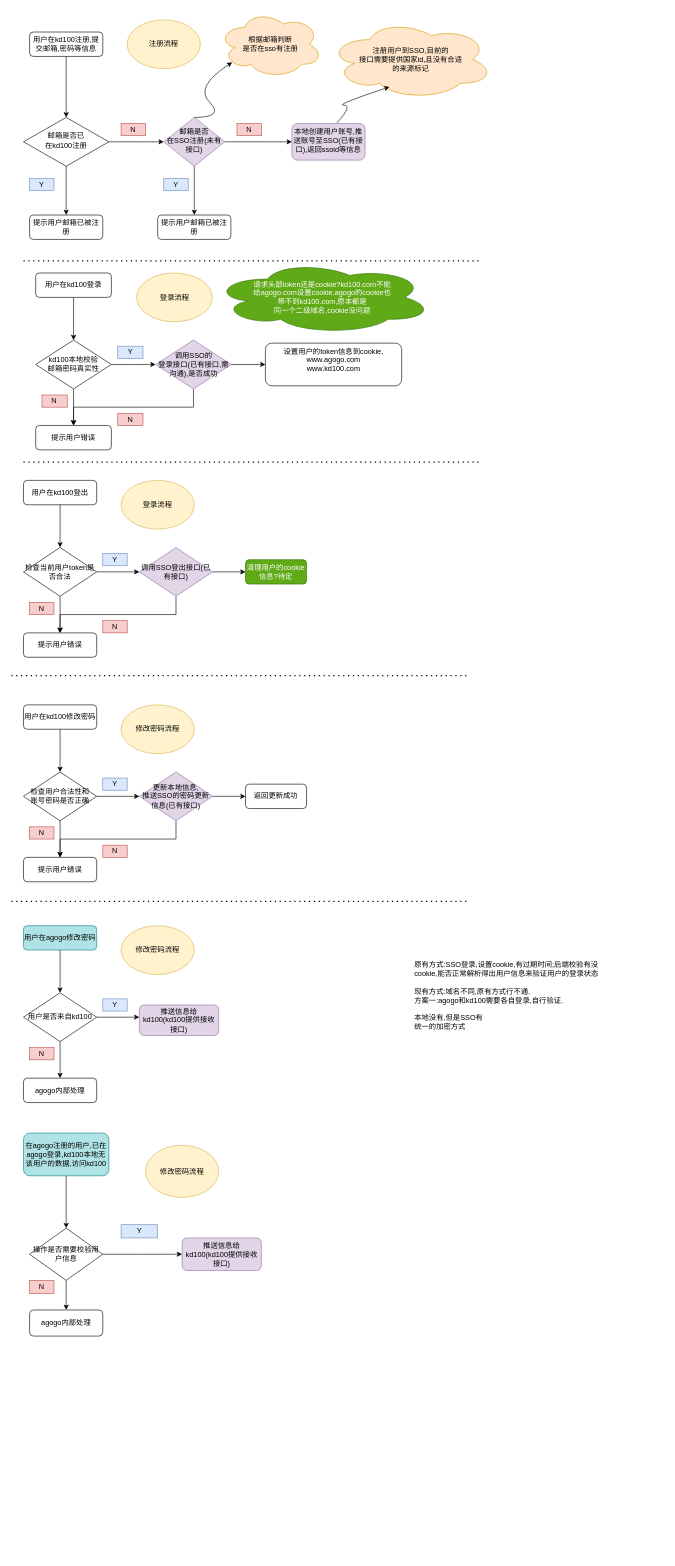
The draw.io diagram Untitled Diagram.drawio in KAKALZF/image, before the edit. Source tidied: cells renumbered, new cells numbered last; positions are measured from the earlier drawing's top-left corner, leaving out a move shared by most shapes. Both pictures are drawn from the tidied source at 61%, with x=0, y=0 at pixel (11, 10).
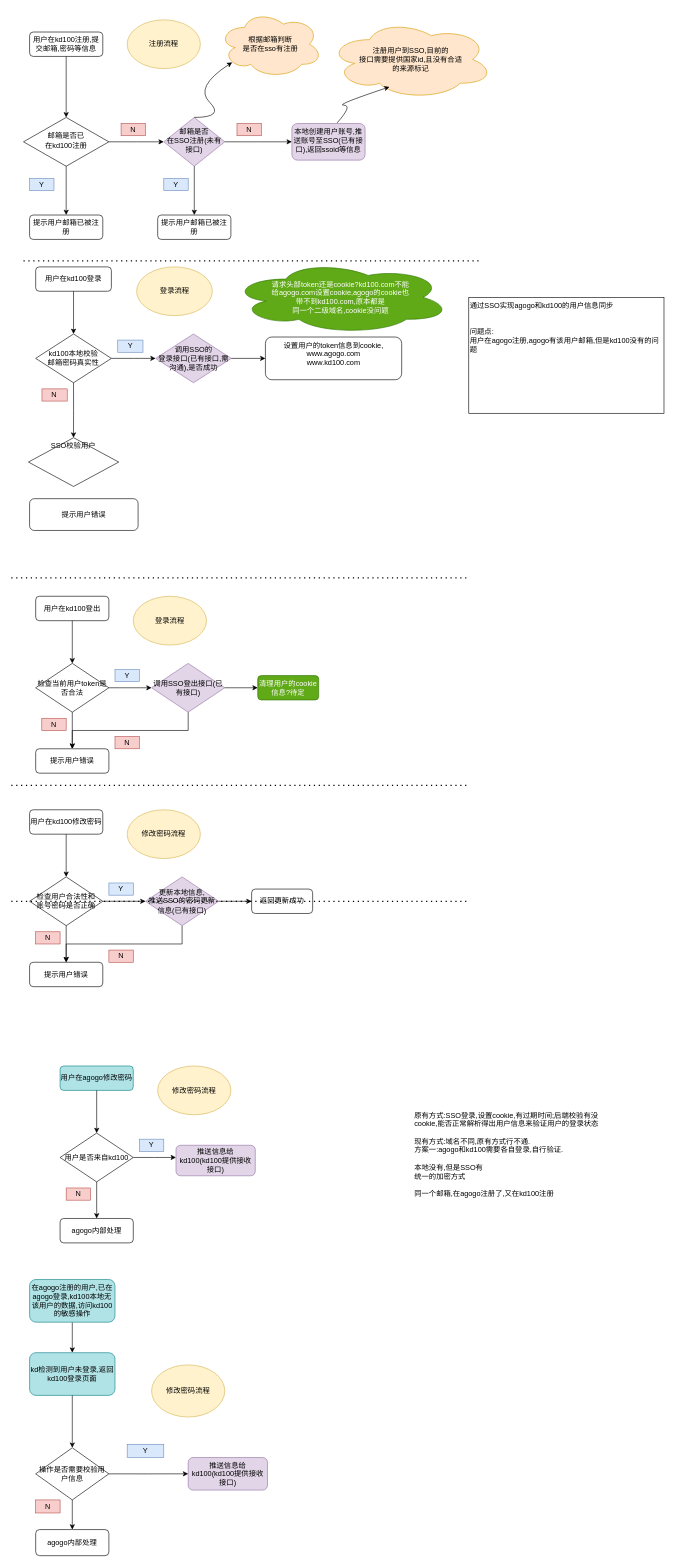
The same page after the edit.

The edit, as a diff of the source:
```diff
@@
-    <mxCell id="2" style="group;" parent="1" vertex="1">
-      <mxGeometry x="40" y="430" width="650" height="290" as="geometry" />
-    </mxCell>
-    <mxCell id="3" value="用户在kd100登录" style="rounded=1;whiteSpace=wrap;html=1;" parent="2" vertex="1">
-      <mxGeometry width="124.1" height="40" as="geometry" />
-    </mxCell>
-    <mxCell id="4" style="edgeStyle=orthogonalEdgeStyle;rounded=0;jettySize=auto;html=1;exitX=1;exitY=0.5;exitDx=0;exitDy=0;entryX=0;entryY=0.5;entryDx=0;entryDy=0;" parent="2" edge="1" source="5">
-      <mxGeometry relative="1" as="geometry">
-        <mxPoint x="196.6" y="150" as="targetPoint" />
-      </mxGeometry>
-    </mxCell>
-    <mxCell id="5" value="&lt;div&gt;kd100本地校验&lt;/div&gt;&lt;div&gt;邮箱密码真实性&lt;/div&gt;" style="rhombus;whiteSpace=wrap;html=1;" parent="2" vertex="1">
-      <mxGeometry y="110" width="124.1" height="80" as="geometry" />
-    </mxCell>
-    <mxCell id="6" style="edgeStyle=orthogonalEdgeStyle;rounded=0;jettySize=auto;html=1;exitX=0.5;exitY=1;exitDx=0;exitDy=0;entryX=0.5;entryY=0;entryDx=0;entryDy=0;" parent="2" edge="1" source="3" target="5">
-      <mxGeometry relative="1" as="geometry" />
-    </mxCell>
-    <mxCell id="7" value="提示用户错误" style="rounded=1;whiteSpace=wrap;html=1;" parent="2" vertex="1">
-      <mxGeometry y="250" width="124.1" height="40" as="geometry" />
-    </mxCell>
-    <mxCell id="8" style="edgeStyle=orthogonalEdgeStyle;rounded=0;jettySize=auto;html=1;exitX=0.5;exitY=1;exitDx=0;exitDy=0;entryX=0.5;entryY=0;entryDx=0;entryDy=0;" parent="2" edge="1" source="5" target="7">
-      <mxGeometry relative="1" as="geometry" />
-    </mxCell>
-    <mxCell id="9" value="N" style="text;html=1;strokeColor=#b85450;fillColor=#f8cecc;align=center;verticalAlign=middle;whiteSpace=wrap;rounded=0;" parent="2" vertex="1">
-      <mxGeometry x="10.3" y="200" width="41.4" height="20" as="geometry" />
-    </mxCell>
-    <mxCell id="10" value="Y" style="text;html=1;strokeColor=#6c8ebf;fillColor=#dae8fc;align=center;verticalAlign=middle;whiteSpace=wrap;rounded=0;" parent="2" vertex="1">
-      <mxGeometry x="134.5" y="120" width="41.4" height="20" as="geometry" />
-    </mxCell>
-    <mxCell id="11" style="edgeStyle=orthogonalEdgeStyle;rounded=0;jettySize=auto;html=1;exitX=0.5;exitY=1;exitDx=0;exitDy=0;entryX=0.5;entryY=0;entryDx=0;entryDy=0;" parent="2" edge="1" source="12" target="7">
-      <mxGeometry relative="1" as="geometry" />
-    </mxCell>
-    <mxCell id="12" value="&lt;div&gt;调用SSO的&lt;/div&gt;&lt;div&gt;登录接口(已有接口,需沟通),是否成功&lt;/div&gt;" style="rhombus;whiteSpace=wrap;html=1;fillColor=#e1d5e7;strokeColor=#9673a6;" parent="2" vertex="1">
-      <mxGeometry x="196.6" y="110" width="124.1" height="80" as="geometry" />
-    </mxCell>
-    <mxCell id="13" value="N" style="text;html=1;strokeColor=#b85450;fillColor=#f8cecc;align=center;verticalAlign=middle;whiteSpace=wrap;rounded=0;" parent="2" vertex="1">
-      <mxGeometry x="134.5" y="230" width="41.4" height="20" as="geometry" />
-    </mxCell>
-    <mxCell id="14" value="&lt;div align=&quot;center&quot;&gt;设置用户的token信息到cookie,&lt;/div&gt;&lt;div align=&quot;center&quot;&gt;www.agogo.com&lt;/div&gt;&lt;div align=&quot;center&quot;&gt;www.kd100.com&lt;/div&gt;&lt;div align=&quot;center&quot;&gt;&lt;br&gt;&lt;/div&gt;" style="rounded=1;whiteSpace=wrap;html=1;align=center;verticalAlign=middle;" parent="2" vertex="1">
-      <mxGeometry x="376.6" y="115" width="223.4" height="70" as="geometry" />
-    </mxCell>
-    <mxCell id="15" style="edgeStyle=orthogonalEdgeStyle;rounded=0;jettySize=auto;html=1;exitX=1;exitY=0.5;exitDx=0;exitDy=0;entryX=0;entryY=0.5;entryDx=0;entryDy=0;" parent="2" edge="1" source="12" target="14">
-      <mxGeometry relative="1" as="geometry" />
-    </mxCell>
-    <mxCell id="16" value="登录流程" style="ellipse;whiteSpace=wrap;html=1;fillColor=#fff2cc;strokeColor=#d6b656;" parent="2" vertex="1">
-      <mxGeometry x="165.5" width="124.1" height="80" as="geometry" />
-    </mxCell>
-    <mxCell id="17" value="&lt;div&gt;请求头部token还是cookie?kd100.com不能&lt;/div&gt;&lt;div&gt;给agogo.com设置cookie,agogo的cookie也&lt;/div&gt;&lt;div&gt;带不到kd100.com,原本都是&lt;/div&gt;&lt;div&gt;同一个二级域名,cookie没问题&lt;/div&gt;" style="ellipse;shape=cloud;whiteSpace=wrap;html=1;verticalAlign=middle;fillColor=#60a917;strokeColor=#2D7600;fontColor=#ffffff;" parent="2" vertex="1">
-      <mxGeometry x="290" y="-20" width="360" height="120" as="geometry" />
-    </mxCell>
@@
     <mxCell id="40" style="endArrow=none;dashed=1;html=1;dashPattern=1 3;strokeWidth=2;" parent="1" edge="1">
       <mxGeometry relative="1" as="geometry">
-        <mxPoint x="20" y="740" as="sourcePoint" />
-        <mxPoint x="770" y="740" as="targetPoint" />
+        <mxPoint y="930" as="sourcePoint" />
+        <mxPoint x="750" y="930" as="targetPoint" />
       </mxGeometry>
     </mxCell>
     <mxCell id="41" style="group;" parent="1" vertex="1">
-      <mxGeometry x="20" y="770" width="464" height="290" as="geometry" />
+      <mxGeometry x="40" y="960" width="464" height="290" as="geometry" />
     </mxCell>
@@
     <mxCell id="56" style="group;" parent="1" vertex="1">
-      <mxGeometry x="20" y="1138" width="464" height="290" as="geometry" />
+      <mxGeometry x="30" y="1310" width="464" height="290" as="geometry" />
     </mxCell>
@@
     <mxCell id="71" style="endArrow=none;dashed=1;html=1;dashPattern=1 3;strokeWidth=2;" parent="1" edge="1">
       <mxGeometry relative="1" as="geometry">
-        <mxPoint y="1090" as="sourcePoint" />
-        <mxPoint x="750" y="1090" as="targetPoint" />
+        <mxPoint y="1270" as="sourcePoint" />
+        <mxPoint x="750" y="1270" as="targetPoint" />
       </mxGeometry>
     </mxCell>
@@
     <mxCell id="73" style="group;" parent="1" vertex="1">
-      <mxGeometry x="20" y="1500" width="320" height="290" as="geometry" />
+      <mxGeometry x="80" y="1730" width="320" height="290" as="geometry" />
     </mxCell>
@@
+    <mxCell id="94" value="&lt;div align=&quot;left&quot;&gt;原有方式:SSO登录,设置cookie,有过期时间;后端校验有没cookie,能否正常解析得出用户信息来验证用户的登录状态&lt;br&gt;&lt;/div&gt;&lt;div align=&quot;left&quot;&gt;&lt;br&gt;&lt;/div&gt;&lt;div align=&quot;left&quot;&gt;现有方式:域名不同,原有方式行不通.&lt;/div&gt;&lt;div align=&quot;left&quot;&gt;方案一:agogo和kd100需要各自登录,自行验证.&lt;br&gt;&lt;/div&gt;&lt;div align=&quot;left&quot;&gt;&lt;br&gt;&lt;/div&gt;&lt;div align=&quot;left&quot;&gt;本地没有,但是SSO有&lt;/div&gt;&lt;div align=&quot;left&quot;&gt;统一的加密方式&lt;/div&gt;&lt;div align=&quot;left&quot;&gt;&lt;br&gt;&lt;/div&gt;&lt;div align=&quot;left&quot;&gt;同一个邮箱,在agogo注册了,又在kd100注册&lt;br&gt;&lt;/div&gt;" style="text;html=1;strokeColor=none;fillColor=none;align=center;verticalAlign=middle;whiteSpace=wrap;rounded=0;" parent="1" vertex="1">
+      <mxGeometry x="660" y="1750" width="335" height="250" as="geometry" />
+    </mxCell>
+    <mxCell id="95" style="group;" parent="1" vertex="1">
+      <mxGeometry x="30" y="2080" width="390" height="452.8" as="geometry" />
+    </mxCell>
-    <mxCell id="84" value="在agogo注册的用户,已在agogo登录,kd100本地无该用户的数据,访问kd100" style="rounded=1;whiteSpace=wrap;html=1;fillColor=#b0e3e6;strokeColor=#0e8088;" parent="1" vertex="1">
-      <mxGeometry x="20" y="1840" width="140" height="70" as="geometry" />
+    <mxCell id="84" value="kd检测到用户未登录,返回kd100登录页面" style="rounded=1;whiteSpace=wrap;html=1;fillColor=#b0e3e6;strokeColor=#0e8088;" parent="95" vertex="1">
+      <mxGeometry y="120" width="140" height="70" as="geometry" />
     </mxCell>
-    <mxCell id="85" style="edgeStyle=orthogonalEdgeStyle;rounded=0;jettySize=auto;html=1;exitX=1;exitY=0.5;exitDx=0;exitDy=0;entryX=0;entryY=0.5;entryDx=0;entryDy=0;" parent="1" edge="1" source="86" target="92">
-      <mxGeometry relative="1" as="geometry" />
-    </mxCell>
-    <mxCell id="86" value="操作是否需要校验用户信息" style="rhombus;whiteSpace=wrap;html=1;" parent="1" vertex="1">
-      <mxGeometry x="30" y="1995.9" width="120" height="85.5" as="geometry" />
+    <mxCell id="86" value="操作是否需要校验用户信息" style="rhombus;whiteSpace=wrap;html=1;" parent="95" vertex="1">
+      <mxGeometry x="10" y="275.9" width="120" height="85.5" as="geometry" />
     </mxCell>
-    <mxCell id="87" style="edgeStyle=orthogonalEdgeStyle;rounded=0;jettySize=auto;html=1;exitX=0.5;exitY=1;exitDx=0;exitDy=0;entryX=0.5;entryY=0;entryDx=0;entryDy=0;" parent="1" edge="1" source="84" target="86">
-      <mxGeometry x="20" y="1870" as="geometry" />
+    <mxCell id="87" style="edgeStyle=orthogonalEdgeStyle;rounded=0;jettySize=auto;html=1;exitX=0.5;exitY=1;exitDx=0;exitDy=0;entryX=0.5;entryY=0;entryDx=0;entryDy=0;" parent="95" edge="1" source="84" target="86">
+      <mxGeometry y="120" as="geometry" />
     </mxCell>
-    <mxCell id="88" value="agogo内部处理" style="rounded=1;whiteSpace=wrap;html=1;" parent="1" vertex="1">
-      <mxGeometry x="30" y="2130" width="120" height="42.8" as="geometry" />
+    <mxCell id="88" value="agogo内部处理" style="rounded=1;whiteSpace=wrap;html=1;" parent="95" vertex="1">
+      <mxGeometry x="10" y="410" width="120" height="42.8" as="geometry" />
     </mxCell>
-    <mxCell id="89" style="edgeStyle=orthogonalEdgeStyle;rounded=0;jettySize=auto;html=1;exitX=0.5;exitY=1;exitDx=0;exitDy=0;entryX=0.5;entryY=0;entryDx=0;entryDy=0;" parent="1" edge="1" source="86" target="88">
-      <mxGeometry x="20" y="1870" as="geometry" />
+    <mxCell id="89" style="edgeStyle=orthogonalEdgeStyle;rounded=0;jettySize=auto;html=1;exitX=0.5;exitY=1;exitDx=0;exitDy=0;entryX=0.5;entryY=0;entryDx=0;entryDy=0;" parent="95" edge="1" source="86" target="88">
+      <mxGeometry y="120" as="geometry" />
     </mxCell>
-    <mxCell id="90" value="N" style="text;html=1;strokeColor=#b85450;fillColor=#f8cecc;align=center;verticalAlign=middle;whiteSpace=wrap;rounded=0;" parent="1" vertex="1">
-      <mxGeometry x="30" y="2081.4" width="40" height="21.4" as="geometry" />
+    <mxCell id="90" value="N" style="text;html=1;strokeColor=#b85450;fillColor=#f8cecc;align=center;verticalAlign=middle;whiteSpace=wrap;rounded=0;" parent="95" vertex="1">
+      <mxGeometry x="10" y="361.4" width="40" height="21.4" as="geometry" />
     </mxCell>
-    <mxCell id="91" value="Y" style="text;html=1;strokeColor=#6c8ebf;fillColor=#dae8fc;align=center;verticalAlign=middle;whiteSpace=wrap;rounded=0;" parent="1" vertex="1">
-      <mxGeometry x="180" y="1990.2" width="60" height="21.7" as="geometry" />
+    <mxCell id="91" value="Y" style="text;html=1;strokeColor=#6c8ebf;fillColor=#dae8fc;align=center;verticalAlign=middle;whiteSpace=wrap;rounded=0;" parent="95" vertex="1">
+      <mxGeometry x="160" y="270.2" width="60" height="21.7" as="geometry" />
     </mxCell>
-    <mxCell id="92" value="推送信息给kd100(kd100提供接收接口)" style="rounded=1;whiteSpace=wrap;html=1;fillColor=#e1d5e7;strokeColor=#9673a6;" parent="1" vertex="1">
-      <mxGeometry x="280" y="2011.9" width="130" height="53.4" as="geometry" />
+    <mxCell id="92" value="推送信息给kd100(kd100提供接收接口)" style="rounded=1;whiteSpace=wrap;html=1;fillColor=#e1d5e7;strokeColor=#9673a6;" parent="95" vertex="1">
+      <mxGeometry x="260" y="291.9" width="130" height="53.4" as="geometry" />
     </mxCell>
+    <mxCell id="85" style="edgeStyle=orthogonalEdgeStyle;rounded=0;jettySize=auto;html=1;exitX=1;exitY=0.5;exitDx=0;exitDy=0;entryX=0;entryY=0.5;entryDx=0;entryDy=0;" parent="95" edge="1" source="86" target="92">
+      <mxGeometry relative="1" as="geometry" />
+    </mxCell>
-    <mxCell id="93" value="修改密码流程" style="ellipse;whiteSpace=wrap;html=1;fillColor=#fff2cc;strokeColor=#d6b656;" parent="1" vertex="1">
-      <mxGeometry x="220" y="1860" width="120" height="85.5" as="geometry" />
+    <mxCell id="93" value="修改密码流程" style="ellipse;whiteSpace=wrap;html=1;fillColor=#fff2cc;strokeColor=#d6b656;" parent="95" vertex="1">
+      <mxGeometry x="200" y="140" width="120" height="85.5" as="geometry" />
     </mxCell>
-    <mxCell id="94" value="&lt;div align=&quot;left&quot;&gt;原有方式:SSO登录,设置cookie,有过期时间;后端校验有没cookie,能否正常解析得出用户信息来验证用户的登录状态&lt;br&gt;&lt;/div&gt;&lt;div align=&quot;left&quot;&gt;&lt;br&gt;&lt;/div&gt;&lt;div align=&quot;left&quot;&gt;现有方式:域名不同,原有方式行不通.&lt;/div&gt;&lt;div align=&quot;left&quot;&gt;方案一:agogo和kd100需要各自登录,自行验证.&lt;br&gt;&lt;/div&gt;&lt;div align=&quot;left&quot;&gt;&lt;br&gt;&lt;/div&gt;&lt;div align=&quot;left&quot;&gt;本地没有,但是SSO有&lt;/div&gt;&lt;div align=&quot;left&quot;&gt;统一的加密方式&lt;br&gt;&lt;/div&gt;" style="text;html=1;strokeColor=none;fillColor=none;align=center;verticalAlign=middle;whiteSpace=wrap;rounded=0;" parent="1" vertex="1">
-      <mxGeometry x="660" y="1490" width="335" height="250" as="geometry" />
-    </mxCell>
+    <mxCell id="96" style="edgeStyle=orthogonalEdgeStyle;rounded=0;jettySize=auto;html=1;exitX=0.5;exitY=1;exitDx=0;exitDy=0;entryX=0.5;entryY=0;entryDx=0;entryDy=0;" parent="95" edge="1" source="97" target="84">
+      <mxGeometry relative="1" as="geometry" />
+    </mxCell>
+    <mxCell id="97" value="在agogo注册的用户,已在agogo登录,kd100本地无该用户的数据,访问kd100的敏感操作" style="rounded=1;whiteSpace=wrap;html=1;fillColor=#b0e3e6;strokeColor=#0e8088;" parent="95" vertex="1">
+      <mxGeometry width="140" height="70" as="geometry" />
+    </mxCell>
+    <mxCell id="98" value="&lt;div&gt;通过SSO实现agogo和kd100的用户信息同步&lt;br&gt;&lt;/div&gt;&lt;div&gt;&lt;br&gt;&lt;/div&gt;&lt;div&gt;&lt;br&gt;&lt;/div&gt;&lt;div&gt;问题点:&lt;/div&gt;&lt;div&gt;用户在agogo注册,agogo有该用户邮箱,但是kd100没有的问题&lt;br&gt;&lt;/div&gt;" style="rounded=0;whiteSpace=wrap;html=1;verticalAlign=top;align=left;" parent="1" vertex="1">
+      <mxGeometry x="750" y="470" width="320" height="190" as="geometry" />
+    </mxCell>
+    <mxCell id="3" value="用户在kd100登录" style="rounded=1;whiteSpace=wrap;html=1;" parent="1" vertex="1">
+      <mxGeometry x="40" y="420" width="124.1" height="40" as="geometry" />
+    </mxCell>
+    <mxCell id="4" style="edgeStyle=orthogonalEdgeStyle;rounded=0;jettySize=auto;html=1;exitX=1;exitY=0.5;exitDx=0;exitDy=0;entryX=0;entryY=0.5;entryDx=0;entryDy=0;" parent="1" edge="1" source="5">
+      <mxGeometry x="40" y="450" as="geometry">
+        <mxPoint x="236.6" y="570" as="targetPoint" />
+      </mxGeometry>
+    </mxCell>
+    <mxCell id="5" value="&lt;div&gt;kd100本地校验&lt;/div&gt;&lt;div&gt;邮箱密码真实性&lt;/div&gt;" style="rhombus;whiteSpace=wrap;html=1;" parent="1" vertex="1">
+      <mxGeometry x="40" y="530" width="124.1" height="80" as="geometry" />
+    </mxCell>
+    <mxCell id="6" style="edgeStyle=orthogonalEdgeStyle;rounded=0;jettySize=auto;html=1;exitX=0.5;exitY=1;exitDx=0;exitDy=0;entryX=0.5;entryY=0;entryDx=0;entryDy=0;" parent="1" edge="1" source="3" target="5">
+      <mxGeometry x="40" y="450" as="geometry" />
+    </mxCell>
+    <mxCell id="7" value="提示用户错误" style="rounded=1;whiteSpace=wrap;html=1;direction=south;" parent="1" vertex="1">
+      <mxGeometry x="30" y="800" width="177.9" height="52.1" as="geometry" />
+    </mxCell>
+    <mxCell id="8" style="edgeStyle=orthogonalEdgeStyle;rounded=0;jettySize=auto;html=1;exitX=0.5;exitY=1;exitDx=0;exitDy=0;" parent="1" edge="1" source="5">
+      <mxGeometry x="40" y="450" as="geometry">
+        <mxPoint x="102" y="700" as="targetPoint" />
+      </mxGeometry>
+    </mxCell>
+    <mxCell id="9" value="N" style="text;html=1;strokeColor=#b85450;fillColor=#f8cecc;align=center;verticalAlign=middle;whiteSpace=wrap;rounded=0;" parent="1" vertex="1">
+      <mxGeometry x="50.3" y="620" width="41.4" height="20" as="geometry" />
+    </mxCell>
+    <mxCell id="10" value="Y" style="text;html=1;strokeColor=#6c8ebf;fillColor=#dae8fc;align=center;verticalAlign=middle;whiteSpace=wrap;rounded=0;" parent="1" vertex="1">
+      <mxGeometry x="174.5" y="540" width="41.4" height="20" as="geometry" />
+    </mxCell>
+    <mxCell id="12" value="&lt;div&gt;调用SSO的&lt;/div&gt;&lt;div&gt;登录接口(已有接口,需沟通),是否成功&lt;/div&gt;" style="rhombus;whiteSpace=wrap;html=1;fillColor=#e1d5e7;strokeColor=#9673a6;" parent="1" vertex="1">
+      <mxGeometry x="236.6" y="530" width="124.1" height="80" as="geometry" />
+    </mxCell>
+    <mxCell id="14" value="&lt;div align=&quot;center&quot;&gt;设置用户的token信息到cookie,&lt;/div&gt;&lt;div align=&quot;center&quot;&gt;www.agogo.com&lt;/div&gt;&lt;div align=&quot;center&quot;&gt;www.kd100.com&lt;/div&gt;&lt;div align=&quot;center&quot;&gt;&lt;br&gt;&lt;/div&gt;" style="rounded=1;whiteSpace=wrap;html=1;align=center;verticalAlign=middle;" parent="1" vertex="1">
+      <mxGeometry x="416.6" y="535" width="223.4" height="70" as="geometry" />
+    </mxCell>
+    <mxCell id="15" style="edgeStyle=orthogonalEdgeStyle;rounded=0;jettySize=auto;html=1;exitX=1;exitY=0.5;exitDx=0;exitDy=0;entryX=0;entryY=0.5;entryDx=0;entryDy=0;" parent="1" edge="1" source="12" target="14">
+      <mxGeometry x="40" y="450" as="geometry" />
+    </mxCell>
+    <mxCell id="16" value="登录流程" style="ellipse;whiteSpace=wrap;html=1;fillColor=#fff2cc;strokeColor=#d6b656;" parent="1" vertex="1">
+      <mxGeometry x="205.5" y="420" width="124.1" height="80" as="geometry" />
+    </mxCell>
+    <mxCell id="17" value="&lt;div&gt;请求头部token还是cookie?kd100.com不能&lt;/div&gt;&lt;div&gt;给agogo.com设置cookie,agogo的cookie也&lt;/div&gt;&lt;div&gt;带不到kd100.com,原本都是&lt;/div&gt;&lt;div&gt;同一个二级域名,cookie没问题&lt;/div&gt;" style="ellipse;shape=cloud;whiteSpace=wrap;html=1;verticalAlign=middle;fillColor=#60a917;strokeColor=#2D7600;fontColor=#ffffff;" parent="1" vertex="1">
+      <mxGeometry x="360" y="410" width="360" height="120" as="geometry" />
+    </mxCell>
+    <mxCell id="99" value="SSO校验用户" style="rhombus;whiteSpace=wrap;html=1;align=center;verticalAlign=top;" parent="1" vertex="1">
+      <mxGeometry x="28.1" y="700" width="148" height="80" as="geometry" />
+    </mxCell>
```
